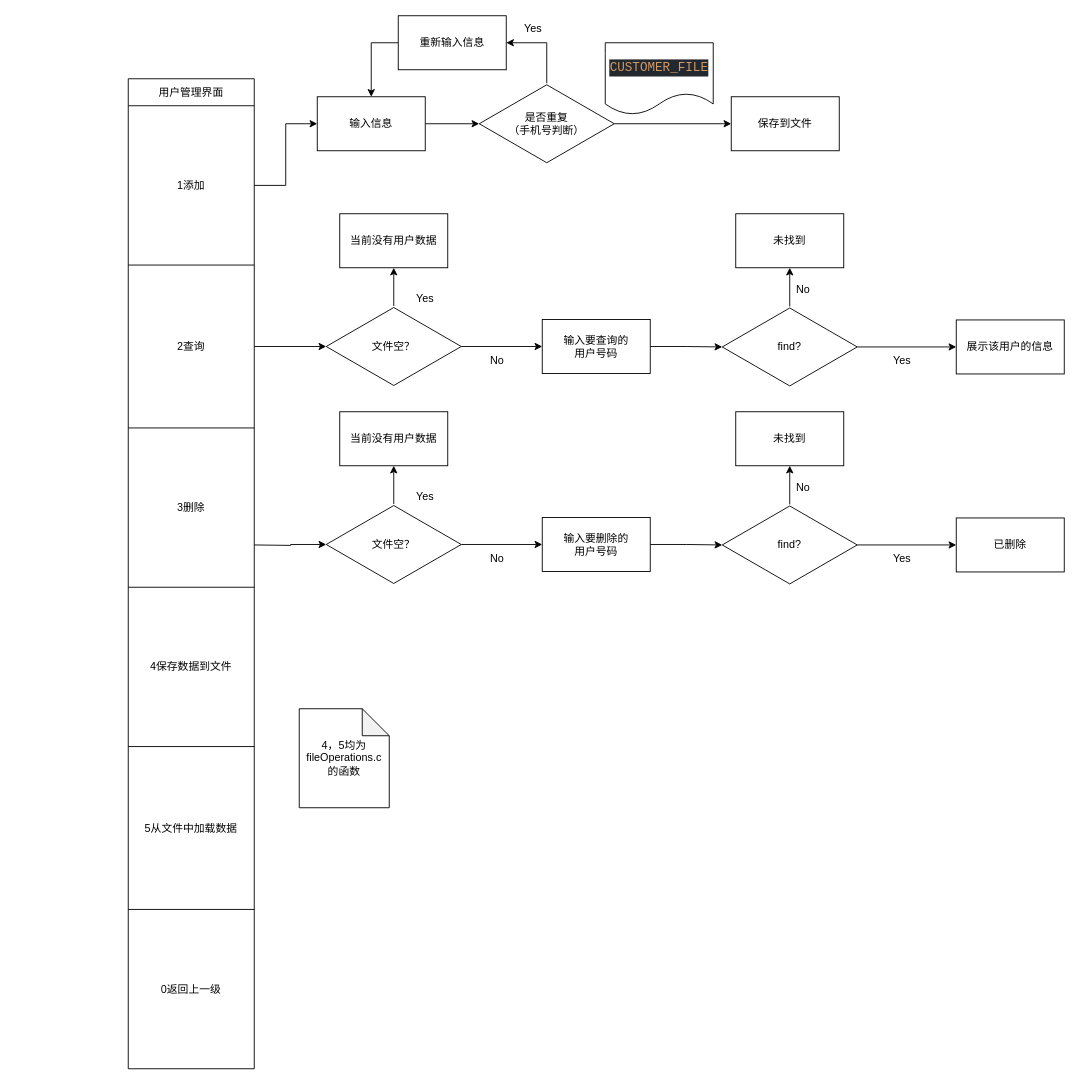
Earlier version of the draw.io diagram page "2-1用户管理" (4 of 8) of group6导图.drawio (AshIgnis/JLU_CourierStation). Source tidied: cells renumbered, new cells numbered last; positions are measured from the earlier drawing's top-left corner, leaving out a move shared by most shapes. Both pictures are drawn from the tidied source at 90%, with x=0, y=0 at pixel (128, 15).
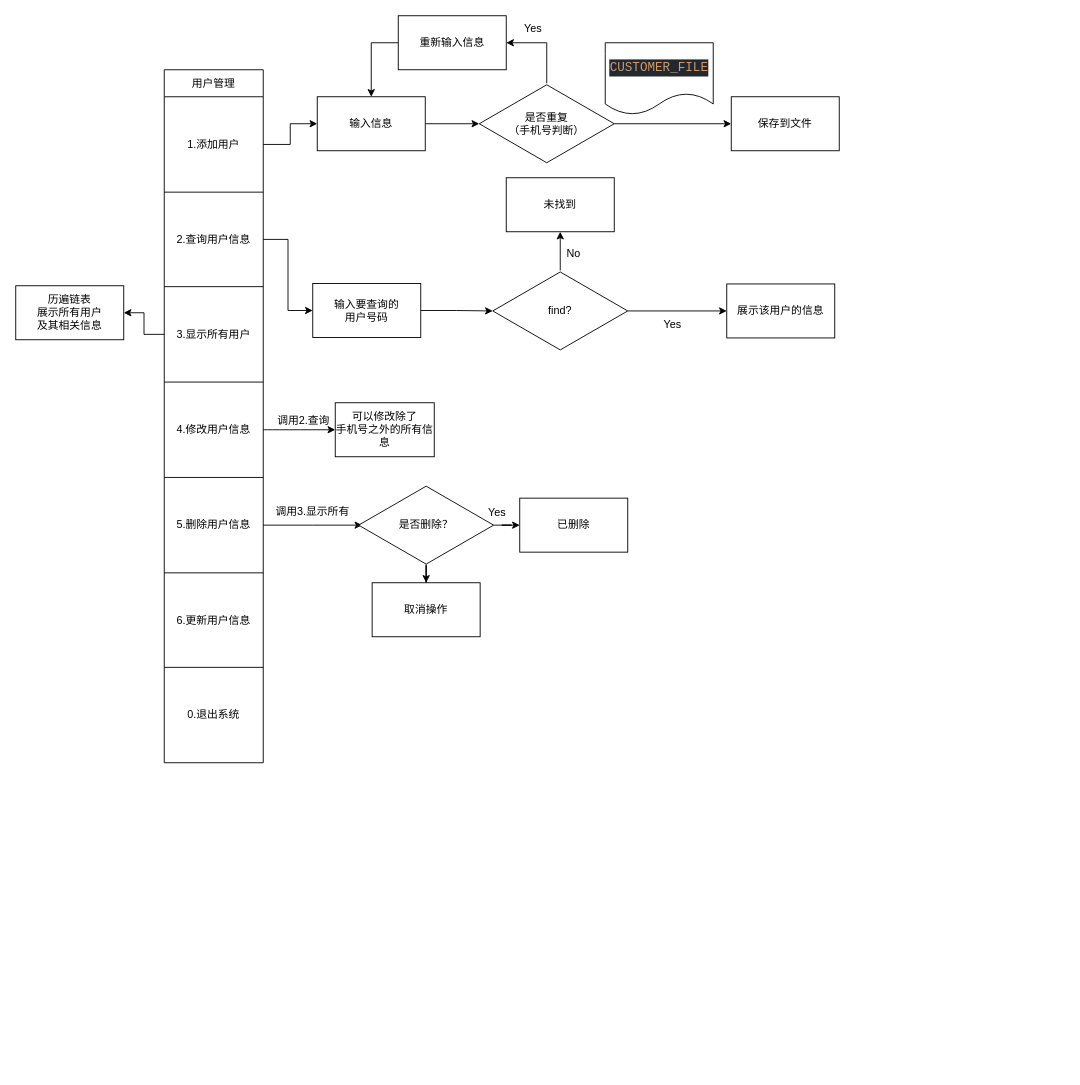
Above is the later version.

The change refers to these unchanged cells:
```xml
<mxCell id="16" value="输入信息" style="rounded=0;whiteSpace=wrap;html=1;" parent="1" vertex="1">
  <mxGeometry x="210" y="90" width="120" height="60" as="geometry" />
</mxCell>
```

Change to the diagram source:
```diff
@@
-    <mxCell id="2" value="用户管理界面" style="shape=table;startSize=30;childLayout=tableLayout;" parent="1" vertex="1">
-      <mxGeometry y="70" width="140" height="1100" as="geometry" />
-    </mxCell>
-    <mxCell id="3" style="shape=tableRow;horizontal=0;startSize=0;swimlaneHead=0;swimlaneBody=0;strokeColor=inherit;top=0;left=0;bottom=0;right=0;fillColor=none;points=[[0,0.5],[1,0.5]];portConstraint=eastwest;" parent="2" vertex="1">
-      <mxGeometry y="30" width="140" height="177" as="geometry" />
-    </mxCell>
-    <mxCell id="4" value="1添加" style="shape=partialRectangle;html=1;whiteSpace=wrap;strokeColor=inherit;overflow=hidden;fillColor=none;top=0;left=0;bottom=0;right=0;" parent="3" vertex="1">
-      <mxGeometry width="140" height="177" as="geometry" />
-    </mxCell>
-    <mxCell id="5" style="shape=tableRow;horizontal=0;startSize=0;swimlaneHead=0;swimlaneBody=0;strokeColor=inherit;top=0;left=0;bottom=0;right=0;fillColor=none;points=[[0,0.5],[1,0.5]];portConstraint=eastwest;" parent="2" vertex="1">
-      <mxGeometry y="207" width="140" height="181" as="geometry" />
-    </mxCell>
-    <mxCell id="6" value="2查询" style="shape=partialRectangle;html=1;whiteSpace=wrap;strokeColor=inherit;overflow=hidden;fillColor=none;top=0;left=0;bottom=0;right=0;" parent="5" vertex="1">
-      <mxGeometry width="140" height="181" as="geometry" />
-    </mxCell>
-    <mxCell id="7" style="shape=tableRow;horizontal=0;startSize=0;swimlaneHead=0;swimlaneBody=0;strokeColor=inherit;top=0;left=0;bottom=0;right=0;fillColor=none;" parent="2" vertex="1">
-      <mxGeometry y="388" width="140" height="177" as="geometry" />
-    </mxCell>
-    <mxCell id="8" value="3删除" style="shape=partialRectangle;html=1;whiteSpace=wrap;strokeColor=inherit;overflow=hidden;fillColor=none;top=0;left=0;bottom=0;right=0;" parent="7" vertex="1">
-      <mxGeometry width="140" height="177" as="geometry" />
-    </mxCell>
-    <mxCell id="9" style="shape=tableRow;horizontal=0;startSize=0;swimlaneHead=0;swimlaneBody=0;strokeColor=inherit;top=0;left=0;bottom=0;right=0;fillColor=none;" parent="2" vertex="1">
-      <mxGeometry y="565" width="140" height="177" as="geometry" />
-    </mxCell>
-    <mxCell id="10" value="4保存数据到文件" style="shape=partialRectangle;html=1;whiteSpace=wrap;strokeColor=inherit;overflow=hidden;fillColor=none;top=0;left=0;bottom=0;right=0;" parent="9" vertex="1">
-      <mxGeometry width="140" height="177" as="geometry" />
-    </mxCell>
-    <mxCell id="11" style="shape=tableRow;horizontal=0;startSize=0;swimlaneHead=0;swimlaneBody=0;strokeColor=inherit;top=0;left=0;bottom=0;right=0;fillColor=none;" parent="2" vertex="1">
-      <mxGeometry y="742" width="140" height="181" as="geometry" />
-    </mxCell>
-    <mxCell id="12" value="5从文件中加载数据" style="shape=partialRectangle;html=1;whiteSpace=wrap;strokeColor=inherit;overflow=hidden;fillColor=none;top=0;left=0;bottom=0;right=0;" parent="11" vertex="1">
-      <mxGeometry width="140" height="181" as="geometry" />
-    </mxCell>
-    <mxCell id="13" style="shape=tableRow;horizontal=0;startSize=0;swimlaneHead=0;swimlaneBody=0;strokeColor=inherit;top=0;left=0;bottom=0;right=0;fillColor=none;" parent="2" vertex="1">
-      <mxGeometry y="923" width="140" height="177" as="geometry" />
-    </mxCell>
-    <mxCell id="14" value="0返回上一级" style="shape=partialRectangle;html=1;whiteSpace=wrap;strokeColor=inherit;overflow=hidden;fillColor=none;top=0;left=0;bottom=0;right=0;" parent="13" vertex="1">
-      <mxGeometry width="140" height="177" as="geometry" />
-    </mxCell>
@@
-    <mxCell id="17" style="edgeStyle=orthogonalEdgeStyle;rounded=0;jettySize=auto;html=1;entryX=0;entryY=0.5;entryDx=0;entryDy=0;" parent="1" edge="1" source="3" target="16">
-      <mxGeometry relative="1" as="geometry" />
-    </mxCell>
@@
-    <mxCell id="26" style="edgeStyle=orthogonalEdgeStyle;rounded=0;jettySize=auto;html=1;" parent="1" edge="1" source="27" target="29">
-      <mxGeometry relative="1" as="geometry" />
-    </mxCell>
-    <mxCell id="27" value="文件空？" style="html=1;whiteSpace=wrap;shape=isoRectangle;" parent="1" vertex="1">
-      <mxGeometry x="220" y="322.5" width="150" height="90" as="geometry" />
-    </mxCell>
-    <mxCell id="28" style="edgeStyle=orthogonalEdgeStyle;rounded=0;jettySize=auto;html=1;" parent="1" edge="1" source="5" target="27">
-      <mxGeometry relative="1" as="geometry" />
-    </mxCell>
-    <mxCell id="29" value="当前没有用户数据" style="rounded=0;whiteSpace=wrap;html=1;" parent="1" vertex="1">
-      <mxGeometry x="235" y="220" width="120" height="60" as="geometry" />
-    </mxCell>
-    <mxCell id="30" value="Yes" style="text;html=1;align=center;verticalAlign=middle;whiteSpace=wrap;rounded=0;" parent="1" vertex="1">
-      <mxGeometry x="300" y="300" width="60" height="30" as="geometry" />
-    </mxCell>
-    <mxCell id="31" value="No" style="text;html=1;align=center;verticalAlign=middle;whiteSpace=wrap;rounded=0;" parent="1" vertex="1">
-      <mxGeometry x="380" y="367.5" width="60" height="30" as="geometry" />
-    </mxCell>
@@
     <mxCell id="33" value="输入要查询的&lt;div&gt;用户号码&lt;/div&gt;" style="rounded=0;whiteSpace=wrap;html=1;" parent="1" vertex="1">
-      <mxGeometry x="460" y="337.5" width="120" height="60" as="geometry" />
+      <mxGeometry x="205" y="297.5" width="120" height="60" as="geometry" />
     </mxCell>
-    <mxCell id="34" style="edgeStyle=orthogonalEdgeStyle;rounded=0;jettySize=auto;html=1;entryX=0;entryY=0.5;entryDx=0;entryDy=0;" parent="1" edge="1" source="27" target="33">
-      <mxGeometry relative="1" as="geometry" />
-    </mxCell>
@@
     <mxCell id="37" value="find?" style="html=1;whiteSpace=wrap;shape=isoRectangle;" parent="1" vertex="1">
-      <mxGeometry x="660" y="323" width="150" height="90" as="geometry" />
+      <mxGeometry x="405" y="283" width="150" height="90" as="geometry" />
     </mxCell>
     <mxCell id="38" value="未找到" style="rounded=0;whiteSpace=wrap;html=1;" parent="1" vertex="1">
-      <mxGeometry x="675" y="220" width="120" height="60" as="geometry" />
+      <mxGeometry x="420" y="180" width="120" height="60" as="geometry" />
     </mxCell>
     <mxCell id="39" value="No" style="text;html=1;align=center;verticalAlign=middle;whiteSpace=wrap;rounded=0;" parent="1" vertex="1">
-      <mxGeometry x="720" y="290" width="60" height="30" as="geometry" />
+      <mxGeometry x="465" y="250" width="60" height="30" as="geometry" />
     </mxCell>
     <mxCell id="40" value="Yes" style="text;html=1;align=center;verticalAlign=middle;whiteSpace=wrap;rounded=0;" parent="1" vertex="1">
-      <mxGeometry x="830" y="367.5" width="60" height="30" as="geometry" />
+      <mxGeometry x="575" y="327.5" width="60" height="30" as="geometry" />
     </mxCell>
     <mxCell id="41" value="展示该用户的信息" style="rounded=0;whiteSpace=wrap;html=1;" parent="1" vertex="1">
-      <mxGeometry x="920" y="338" width="120" height="60" as="geometry" />
+      <mxGeometry x="665" y="298" width="120" height="60" as="geometry" />
     </mxCell>
-    <mxCell id="42" style="edgeStyle=orthogonalEdgeStyle;rounded=0;jettySize=auto;html=1;" parent="1" edge="1" source="43" target="45">
-      <mxGeometry relative="1" as="geometry" />
-    </mxCell>
-    <mxCell id="43" value="文件空？" style="html=1;whiteSpace=wrap;shape=isoRectangle;" parent="1" vertex="1">
-      <mxGeometry x="220" y="542.5" width="150" height="90" as="geometry" />
-    </mxCell>
-    <mxCell id="44" style="edgeStyle=orthogonalEdgeStyle;rounded=0;jettySize=auto;html=1;" parent="1" edge="1" target="43">
-      <mxGeometry relative="1" as="geometry">
-        <mxPoint x="140" y="588" as="sourcePoint" />
-      </mxGeometry>
-    </mxCell>
-    <mxCell id="45" value="当前没有用户数据" style="rounded=0;whiteSpace=wrap;html=1;" parent="1" vertex="1">
-      <mxGeometry x="235" y="440" width="120" height="60" as="geometry" />
-    </mxCell>
-    <mxCell id="46" value="Yes" style="text;html=1;align=center;verticalAlign=middle;whiteSpace=wrap;rounded=0;" parent="1" vertex="1">
-      <mxGeometry x="300" y="520" width="60" height="30" as="geometry" />
-    </mxCell>
-    <mxCell id="47" value="No" style="text;html=1;align=center;verticalAlign=middle;whiteSpace=wrap;rounded=0;" parent="1" vertex="1">
-      <mxGeometry x="380" y="587.5" width="60" height="30" as="geometry" />
-    </mxCell>
-    <mxCell id="48" style="edgeStyle=orthogonalEdgeStyle;rounded=0;jettySize=auto;html=1;" parent="1" edge="1" source="49" target="53">
-      <mxGeometry relative="1" as="geometry" />
-    </mxCell>
-    <mxCell id="49" value="输入要删除的&lt;div&gt;用户号码&lt;/div&gt;" style="rounded=0;whiteSpace=wrap;html=1;" parent="1" vertex="1">
-      <mxGeometry x="460" y="557.5" width="120" height="60" as="geometry" />
-    </mxCell>
-    <mxCell id="50" style="edgeStyle=orthogonalEdgeStyle;rounded=0;jettySize=auto;html=1;entryX=0;entryY=0.5;entryDx=0;entryDy=0;" parent="1" edge="1" source="43" target="49">
-      <mxGeometry relative="1" as="geometry" />
-    </mxCell>
-    <mxCell id="51" style="edgeStyle=orthogonalEdgeStyle;rounded=0;jettySize=auto;html=1;" parent="1" edge="1" source="53" target="54">
-      <mxGeometry relative="1" as="geometry" />
-    </mxCell>
-    <mxCell id="52" style="edgeStyle=orthogonalEdgeStyle;rounded=0;jettySize=auto;html=1;" parent="1" edge="1" source="53" target="57">
-      <mxGeometry relative="1" as="geometry" />
-    </mxCell>
-    <mxCell id="53" value="find?" style="html=1;whiteSpace=wrap;shape=isoRectangle;" parent="1" vertex="1">
-      <mxGeometry x="660" y="543" width="150" height="90" as="geometry" />
-    </mxCell>
-    <mxCell id="54" value="未找到" style="rounded=0;whiteSpace=wrap;html=1;" parent="1" vertex="1">
-      <mxGeometry x="675" y="440" width="120" height="60" as="geometry" />
-    </mxCell>
-    <mxCell id="55" value="No" style="text;html=1;align=center;verticalAlign=middle;whiteSpace=wrap;rounded=0;" parent="1" vertex="1">
-      <mxGeometry x="720" y="510" width="60" height="30" as="geometry" />
-    </mxCell>
-    <mxCell id="56" value="Yes" style="text;html=1;align=center;verticalAlign=middle;whiteSpace=wrap;rounded=0;" parent="1" vertex="1">
-      <mxGeometry x="830" y="587.5" width="60" height="30" as="geometry" />
-    </mxCell>
+    <mxCell id="59" value="用户管理" style="shape=table;startSize=30;childLayout=tableLayout;" parent="1" vertex="1">
+      <mxGeometry x="40" y="60" width="110" height="770" as="geometry" />
+    </mxCell>
+    <mxCell id="60" style="shape=tableRow;horizontal=0;startSize=0;swimlaneHead=0;swimlaneBody=0;strokeColor=inherit;top=0;left=0;bottom=0;right=0;fillColor=none;points=[[0,0.5],[1,0.5]];portConstraint=eastwest;" parent="59" vertex="1">
+      <mxGeometry y="30" width="110" height="106" as="geometry" />
+    </mxCell>
+    <mxCell id="61" value="1.添加用户" style="shape=partialRectangle;html=1;whiteSpace=wrap;strokeColor=inherit;overflow=hidden;fillColor=none;top=0;left=0;bottom=0;right=0;" parent="60" vertex="1">
+      <mxGeometry width="110" height="106" as="geometry" />
+    </mxCell>
+    <mxCell id="62" style="shape=tableRow;horizontal=0;startSize=0;swimlaneHead=0;swimlaneBody=0;strokeColor=inherit;top=0;left=0;bottom=0;right=0;fillColor=none;points=[[0,0.5],[1,0.5]];portConstraint=eastwest;" parent="59" vertex="1">
+      <mxGeometry y="136" width="110" height="105" as="geometry" />
+    </mxCell>
+    <mxCell id="63" value="2.查询用户信息" style="shape=partialRectangle;html=1;whiteSpace=wrap;strokeColor=inherit;overflow=hidden;fillColor=none;top=0;left=0;bottom=0;right=0;" parent="62" vertex="1">
+      <mxGeometry width="110" height="105" as="geometry" />
+    </mxCell>
+    <mxCell id="64" style="shape=tableRow;horizontal=0;startSize=0;swimlaneHead=0;swimlaneBody=0;strokeColor=inherit;top=0;left=0;bottom=0;right=0;fillColor=none;points=[[0,0.5],[1,0.5]];portConstraint=eastwest;" parent="59" vertex="1">
+      <mxGeometry y="241" width="110" height="106" as="geometry" />
+    </mxCell>
+    <mxCell id="65" value="3.显示所有用户" style="shape=partialRectangle;html=1;whiteSpace=wrap;strokeColor=inherit;overflow=hidden;fillColor=none;top=0;left=0;bottom=0;right=0;" parent="64" vertex="1">
+      <mxGeometry width="110" height="106" as="geometry" />
+    </mxCell>
+    <mxCell id="66" style="shape=tableRow;horizontal=0;startSize=0;swimlaneHead=0;swimlaneBody=0;strokeColor=inherit;top=0;left=0;bottom=0;right=0;fillColor=none;points=[[0,0.5],[1,0.5]];portConstraint=eastwest;" parent="59" vertex="1">
+      <mxGeometry y="347" width="110" height="106" as="geometry" />
+    </mxCell>
+    <mxCell id="67" value="4.修改用户信息" style="shape=partialRectangle;html=1;whiteSpace=wrap;strokeColor=inherit;overflow=hidden;fillColor=none;top=0;left=0;bottom=0;right=0;" parent="66" vertex="1">
+      <mxGeometry width="110" height="106" as="geometry" />
+    </mxCell>
+    <mxCell id="68" style="shape=tableRow;horizontal=0;startSize=0;swimlaneHead=0;swimlaneBody=0;strokeColor=inherit;top=0;left=0;bottom=0;right=0;fillColor=none;points=[[0,0.5],[1,0.5]];portConstraint=eastwest;" parent="59" vertex="1">
+      <mxGeometry y="453" width="110" height="106" as="geometry" />
+    </mxCell>
+    <mxCell id="69" value="5.删除用户信息" style="shape=partialRectangle;html=1;whiteSpace=wrap;strokeColor=inherit;overflow=hidden;fillColor=none;top=0;left=0;bottom=0;right=0;" parent="68" vertex="1">
+      <mxGeometry width="110" height="106" as="geometry" />
+    </mxCell>
+    <mxCell id="70" style="shape=tableRow;horizontal=0;startSize=0;swimlaneHead=0;swimlaneBody=0;strokeColor=inherit;top=0;left=0;bottom=0;right=0;fillColor=none;" parent="59" vertex="1">
+      <mxGeometry y="559" width="110" height="105" as="geometry" />
+    </mxCell>
+    <mxCell id="71" value="6.更新用户信息" style="shape=partialRectangle;html=1;whiteSpace=wrap;strokeColor=inherit;overflow=hidden;fillColor=none;top=0;left=0;bottom=0;right=0;" parent="70" vertex="1">
+      <mxGeometry width="110" height="105" as="geometry" />
+    </mxCell>
+    <mxCell id="72" style="shape=tableRow;horizontal=0;startSize=0;swimlaneHead=0;swimlaneBody=0;strokeColor=inherit;top=0;left=0;bottom=0;right=0;fillColor=none;" parent="59" vertex="1">
+      <mxGeometry y="664" width="110" height="106" as="geometry" />
+    </mxCell>
+    <mxCell id="73" value="0.退出系统" style="shape=partialRectangle;html=1;whiteSpace=wrap;strokeColor=inherit;overflow=hidden;fillColor=none;top=0;left=0;bottom=0;right=0;" parent="72" vertex="1">
+      <mxGeometry width="110" height="106" as="geometry" />
+    </mxCell>
+    <mxCell id="74" style="edgeStyle=orthogonalEdgeStyle;rounded=0;jettySize=auto;html=1;" parent="1" edge="1" source="60" target="16">
+      <mxGeometry relative="1" as="geometry" />
+    </mxCell>
+    <mxCell id="75" value="历遍链表&lt;div&gt;展示所有用户&lt;/div&gt;&lt;div&gt;及其相关信息&lt;/div&gt;" style="rounded=0;whiteSpace=wrap;html=1;" parent="1" vertex="1">
+      <mxGeometry x="-125" y="300" width="120" height="60" as="geometry" />
+    </mxCell>
+    <mxCell id="76" style="edgeStyle=orthogonalEdgeStyle;rounded=0;jettySize=auto;html=1;" parent="1" edge="1" source="64" target="75">
+      <mxGeometry relative="1" as="geometry" />
+    </mxCell>
+    <mxCell id="77" style="edgeStyle=orthogonalEdgeStyle;rounded=0;jettySize=auto;html=1;" parent="1" edge="1" source="62" target="33">
+      <mxGeometry relative="1" as="geometry" />
+    </mxCell>
+    <mxCell id="78" value="可以修改除了&lt;div&gt;手机号之外的所有信息&lt;/div&gt;" style="rounded=0;whiteSpace=wrap;html=1;" parent="1" vertex="1">
+      <mxGeometry x="230" y="430" width="110" height="60" as="geometry" />
+    </mxCell>
+    <mxCell id="79" style="curved=1;endArrow=classic;html=1;rounded=0;entryX=0;entryY=0.5;entryDx=0;entryDy=0;" parent="1" edge="1" source="66" target="78">
+      <mxGeometry relative="1" as="geometry" />
+    </mxCell>
+    <mxCell id="80" value="调用2.查询" style="text;html=1;align=center;verticalAlign=middle;whiteSpace=wrap;rounded=0;" parent="1" vertex="1">
+      <mxGeometry x="165" y="435" width="60" height="30" as="geometry" />
+    </mxCell>
+    <mxCell id="81" style="edgeStyle=orthogonalEdgeStyle;rounded=0;jettySize=auto;html=1;" parent="1" edge="1" source="68">
+      <mxGeometry relative="1" as="geometry">
+        <mxPoint x="260" y="566" as="targetPoint" />
+      </mxGeometry>
+    </mxCell>
+    <mxCell id="82" value="调用3.显示所有" style="text;html=1;align=center;verticalAlign=middle;whiteSpace=wrap;rounded=0;" parent="1" vertex="1">
+      <mxGeometry x="160" y="536" width="90" height="30" as="geometry" />
+    </mxCell>
+    <mxCell id="83" style="edgeStyle=orthogonalEdgeStyle;rounded=0;jettySize=auto;html=1;" parent="1" edge="1" source="85" target="57">
+      <mxGeometry relative="1" as="geometry" />
+    </mxCell>
+    <mxCell id="84" style="edgeStyle=orthogonalEdgeStyle;rounded=0;jettySize=auto;html=1;" parent="1" edge="1" source="85" target="86">
+      <mxGeometry relative="1" as="geometry" />
+    </mxCell>
+    <mxCell id="85" value="是否删除？" style="html=1;whiteSpace=wrap;shape=isoRectangle;" parent="1" vertex="1">
+      <mxGeometry x="256" y="521" width="150" height="90" as="geometry" />
+    </mxCell>
     <mxCell id="57" value="已删除" style="rounded=0;whiteSpace=wrap;html=1;" parent="1" vertex="1">
-      <mxGeometry x="920" y="558" width="120" height="60" as="geometry" />
+      <mxGeometry x="435" y="536" width="120" height="60" as="geometry" />
     </mxCell>
-    <mxCell id="58" value="4，5均为&lt;div&gt;fileOperations.c&lt;/div&gt;&lt;div&gt;的函数&lt;/div&gt;" style="shape=note;whiteSpace=wrap;html=1;backgroundOutline=1;darkOpacity=0.05;" parent="1" vertex="1">
-      <mxGeometry x="190" y="770" width="100" height="110" as="geometry" />
-    </mxCell>
+    <mxCell id="86" value="取消操作" style="rounded=0;whiteSpace=wrap;html=1;" parent="1" vertex="1">
+      <mxGeometry x="271" y="630" width="120" height="60" as="geometry" />
+    </mxCell>
+    <mxCell id="87" value="Yes" style="text;html=1;align=center;verticalAlign=middle;whiteSpace=wrap;rounded=0;" parent="1" vertex="1">
+      <mxGeometry x="380" y="537" width="60" height="30" as="geometry" />
+    </mxCell>
```
